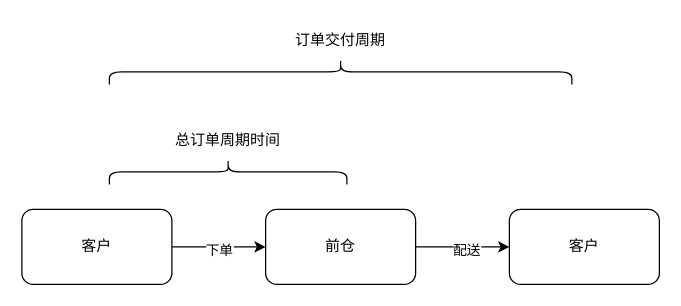
Earlier version of the draw.io diagram 履约链路指标.drawio (zhaoli2014/drawio). Source tidied: cells renumbered, new cells numbered last; positions are measured from the earlier drawing's top-left corner, leaving out a move shared by most shapes. Both pictures are drawn from the tidied source at 125%, with x=0, y=0 at pixel (21, 21).
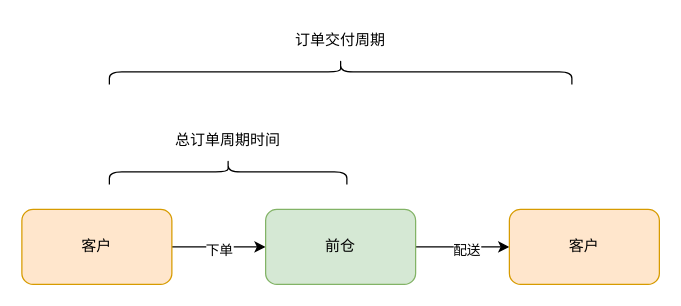
Above is the later version.

Commit message (it also covers changes not shown here):
更新履约链路指标.drawio

What changed in the source:
```diff
@@
 <mxGraphModel>
   <root>
     <mxCell id="0" />
     <mxCell id="1" parent="0" />
     <mxCell id="2" style="edgeStyle=orthogonalEdgeStyle;rounded=0;jettySize=auto;html=1;exitX=1;exitY=0.5;exitDx=0;exitDy=0;entryX=0;entryY=0.5;entryDx=0;entryDy=0;" parent="1" edge="1" source="4" target="7">
       <mxGeometry relative="1" as="geometry" />
     </mxCell>
     <mxCell id="3" value="下单" style="edgeLabel;html=1;align=center;verticalAlign=middle;" parent="2" vertex="1">
       <mxGeometry x="-0.01" y="-2" relative="1" as="geometry" />
     </mxCell>
-    <mxCell id="4" value="客户" style="rounded=1;whiteSpace=wrap;html=1;flipH=1;" parent="1" vertex="1">
+    <mxCell id="4" value="客户" style="rounded=1;whiteSpace=wrap;html=1;flipH=1;fillColor=#ffe6cc;strokeColor=#d79b00;" parent="1" vertex="1">
       <mxGeometry y="150" width="120" height="60" as="geometry" />
     </mxCell>
     <mxCell id="5" style="edgeStyle=orthogonalEdgeStyle;rounded=0;jettySize=auto;html=1;exitX=1;exitY=0.5;exitDx=0;exitDy=0;entryX=0;entryY=0.5;entryDx=0;entryDy=0;" parent="1" edge="1" source="7" target="8">
       <mxGeometry relative="1" as="geometry" />
     </mxCell>
     <mxCell id="6" value="配送" style="edgeLabel;html=1;align=center;verticalAlign=middle;" parent="5" vertex="1">
       <mxGeometry x="0.07" y="-2" relative="1" as="geometry" />
     </mxCell>
-    <mxCell id="7" value="前仓" style="rounded=1;whiteSpace=wrap;html=1;flipH=1;" parent="1" vertex="1">
+    <mxCell id="7" value="前仓" style="rounded=1;whiteSpace=wrap;html=1;flipH=1;fillColor=#d5e8d4;strokeColor=#82b366;" parent="1" vertex="1">
       <mxGeometry x="195" y="150" width="120" height="60" as="geometry" />
     </mxCell>
-    <mxCell id="8" value="客户" style="rounded=1;whiteSpace=wrap;html=1;flipH=1;" parent="1" vertex="1">
+    <mxCell id="8" value="客户" style="rounded=1;whiteSpace=wrap;html=1;flipH=1;fillColor=#ffe6cc;strokeColor=#d79b00;" parent="1" vertex="1">
       <mxGeometry x="390" y="150" width="120" height="60" as="geometry" />
     </mxCell>
     <mxCell id="9" style="shape=curlyBracket;whiteSpace=wrap;html=1;rounded=1;labelPosition=left;verticalLabelPosition=middle;align=right;verticalAlign=middle;direction=south;" parent="1" vertex="1">
       <mxGeometry x="70" y="110" width="190" height="20" as="geometry" />
     </mxCell>
     <mxCell id="10" value="总订单周期时间" style="text;html=1;align=center;verticalAlign=middle;whiteSpace=wrap;rounded=0;" parent="1" vertex="1">
       <mxGeometry x="120" y="80" width="90" height="30" as="geometry" />
     </mxCell>
     <mxCell id="11" style="shape=curlyBracket;whiteSpace=wrap;html=1;rounded=1;labelPosition=left;verticalLabelPosition=middle;align=right;verticalAlign=middle;direction=south;" parent="1" vertex="1">
       <mxGeometry x="70" y="30" width="370" height="20" as="geometry" />
     </mxCell>
     <mxCell id="12" value="订单交付周期" style="text;html=1;align=center;verticalAlign=middle;whiteSpace=wrap;rounded=0;" parent="1" vertex="1">
       <mxGeometry x="210" width="90" height="30" as="geometry" />
     </mxCell>
   </root>
 </mxGraphModel>
```
